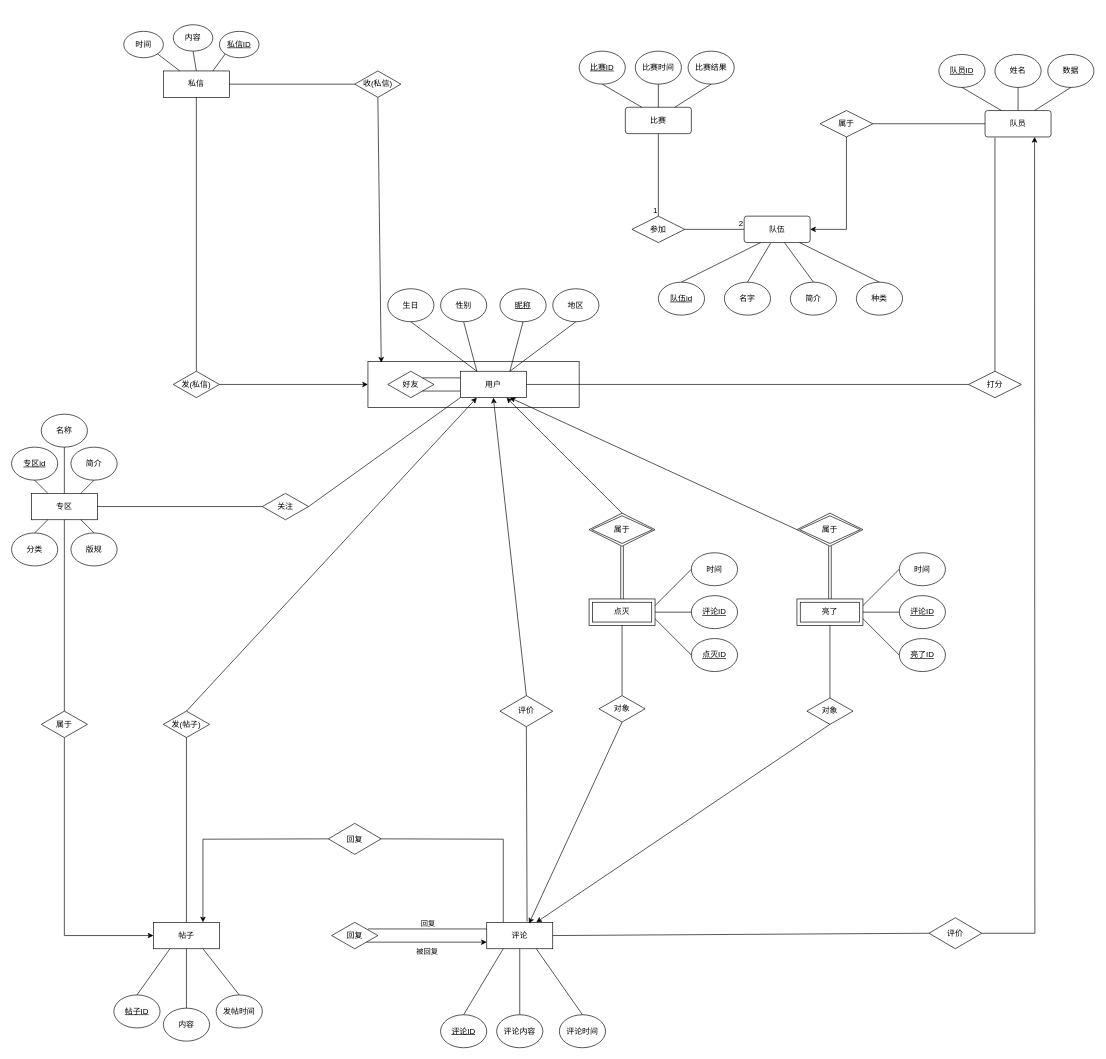
This is 虎扑ER.drawio from ssssszj/Drawio, a draw.io file, before an edit. Source tidied: cells renumbered, new cells numbered last; positions are measured from the earlier drawing's top-left corner, leaving out a move shared by most shapes. Both pictures are drawn from the tidied source at 66%, with x=0, y=0 at pixel (11, 24).
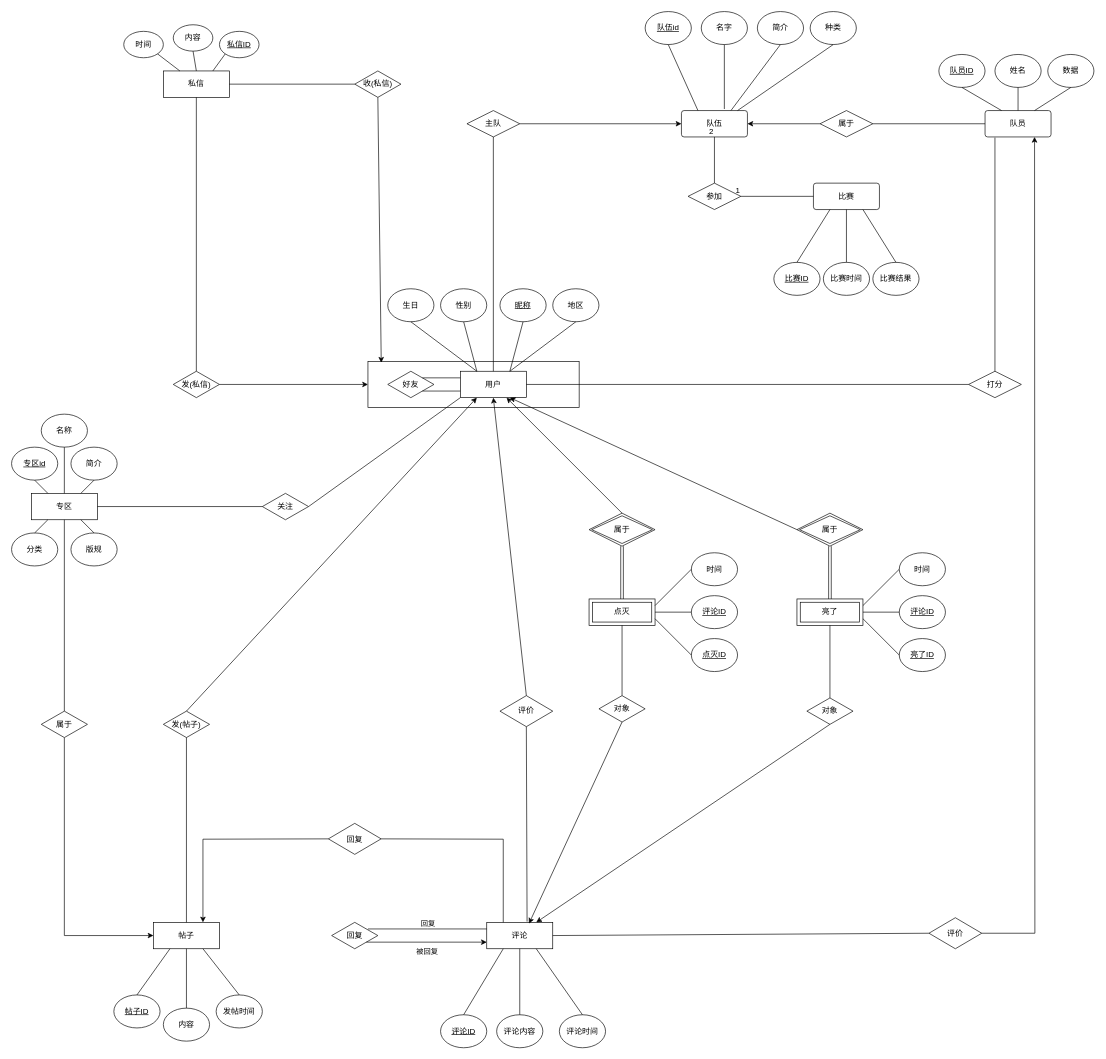
Above is the later version.

The change refers to these unchanged cells:
```xml
<mxCell id="3" value="用户" style="whiteSpace=wrap;html=1;align=center;" parent="1" vertex="1">
  <mxGeometry x="680" y="525" width="100" height="40" as="geometry" />
</mxCell>
<mxCell id="15" value="属于" style="rhombus;whiteSpace=wrap;html=1;" parent="1" vertex="1">
  <mxGeometry x="1225" y="130" width="80" height="40" as="geometry" />
</mxCell>
```

The edit, as a diff of the source:
```diff
@@
     <mxCell id="11" value="队伍" style="rounded=1;arcSize=10;whiteSpace=wrap;html=1;align=center;" parent="1" vertex="1">
-      <mxGeometry x="1110" y="290" width="100" height="40" as="geometry" />
+      <mxGeometry x="1015" y="130" width="100" height="40" as="geometry" />
     </mxCell>
@@
     <mxCell id="13" value="比赛" style="rounded=1;arcSize=10;whiteSpace=wrap;html=1;align=center;" parent="1" vertex="1">
-      <mxGeometry x="930" y="125" width="100" height="40" as="geometry" />
+      <mxGeometry x="1215" y="240" width="100" height="40" as="geometry" />
     </mxCell>
-    <mxCell id="14" style="edgeStyle=orthogonalEdgeStyle;rounded=0;jettySize=auto;html=1;exitX=0.5;exitY=1;exitDx=0;exitDy=0;entryX=1;entryY=0.5;entryDx=0;entryDy=0;" parent="1" edge="1" source="15" target="11">
+    <mxCell id="14" style="edgeStyle=orthogonalEdgeStyle;rounded=0;jettySize=auto;html=1;exitX=0;exitY=0.5;exitDx=0;exitDy=0;entryX=1;entryY=0.5;entryDx=0;entryDy=0;" parent="1" edge="1" source="15" target="11">
       <mxGeometry relative="1" as="geometry" />
     </mxCell>
@@
     <mxCell id="19" value="参加" style="rhombus;whiteSpace=wrap;html=1;" parent="1" vertex="1">
-      <mxGeometry x="940" y="290" width="80" height="40" as="geometry" />
+      <mxGeometry x="1025" y="240" width="80" height="40" as="geometry" />
     </mxCell>
-    <mxCell id="20" style="endArrow=none;html=1;rounded=0;exitX=0.5;exitY=1;exitDx=0;exitDy=0;" parent="1" edge="1" source="13" target="19">
+    <mxCell id="20" style="endArrow=none;html=1;rounded=0;exitX=0;exitY=0.5;exitDx=0;exitDy=0;entryX=1;entryY=0.5;entryDx=0;entryDy=0;" parent="1" edge="1" source="13" target="19">
       <mxGeometry relative="1" as="geometry" />
     </mxCell>
@@
-    <mxCell id="22" style="endArrow=none;html=1;rounded=0;exitX=1;exitY=0.5;exitDx=0;exitDy=0;entryX=0;entryY=0.5;entryDx=0;entryDy=0;" parent="1" edge="1" source="19" target="11">
+    <mxCell id="22" style="endArrow=none;html=1;rounded=0;exitX=0.5;exitY=0;exitDx=0;exitDy=0;entryX=0.5;entryY=1;entryDx=0;entryDy=0;" parent="1" edge="1" source="19" target="11">
       <mxGeometry relative="1" as="geometry" />
     </mxCell>
@@
     <mxCell id="123" value="简介" style="ellipse;whiteSpace=wrap;html=1;" parent="1" vertex="1">
-      <mxGeometry x="1180" y="390" width="70" height="50" as="geometry" />
+      <mxGeometry x="1130" y="-20" width="70" height="50" as="geometry" />
     </mxCell>
-    <mxCell id="124" style="endArrow=none;html=1;rounded=0;entryX=0.5;entryY=0;entryDx=0;entryDy=0;exitX=0.61;exitY=1;exitDx=0;exitDy=0;exitPerimeter=0;" parent="1" edge="1" source="11" target="123">
-      <mxGeometry relative="1" as="geometry" />
+    <mxCell id="124" style="endArrow=none;html=1;rounded=0;entryX=0.5;entryY=1;entryDx=0;entryDy=0;" parent="1" edge="1" target="123">
+      <mxGeometry relative="1" as="geometry">
+        <mxPoint x="1090" y="130" as="sourcePoint" />
+      </mxGeometry>
     </mxCell>
     <mxCell id="125" value="名字" style="ellipse;whiteSpace=wrap;html=1;" parent="1" vertex="1">
-      <mxGeometry x="1080" y="390" width="70" height="50" as="geometry" />
+      <mxGeometry x="1045" y="-20" width="70" height="50" as="geometry" />
     </mxCell>
-    <mxCell id="126" style="endArrow=none;html=1;rounded=0;entryX=0.5;entryY=0;entryDx=0;entryDy=0;exitX=0.4;exitY=1.025;exitDx=0;exitDy=0;exitPerimeter=0;" parent="1" edge="1" source="11" target="125">
+    <mxCell id="126" style="endArrow=none;html=1;rounded=0;entryX=0.5;entryY=1;entryDx=0;entryDy=0;exitX=0.65;exitY=-0.058;exitDx=0;exitDy=0;exitPerimeter=0;" parent="1" edge="1" source="11" target="125">
       <mxGeometry relative="1" as="geometry" />
     </mxCell>
     <mxCell id="127" value="种类" style="ellipse;whiteSpace=wrap;html=1;" parent="1" vertex="1">
-      <mxGeometry x="1280" y="390" width="70" height="50" as="geometry" />
+      <mxGeometry x="1210" y="-20" width="70" height="50" as="geometry" />
     </mxCell>
-    <mxCell id="128" style="endArrow=none;html=1;rounded=0;entryX=0.5;entryY=0;entryDx=0;entryDy=0;exitX=0.84;exitY=1;exitDx=0;exitDy=0;exitPerimeter=0;" parent="1" edge="1" source="11" target="127">
-      <mxGeometry relative="1" as="geometry" />
+    <mxCell id="128" style="endArrow=none;html=1;rounded=0;entryX=0.5;entryY=1;entryDx=0;entryDy=0;" parent="1" edge="1" target="127">
+      <mxGeometry relative="1" as="geometry">
+        <mxPoint x="1100" y="130" as="sourcePoint" />
+      </mxGeometry>
     </mxCell>
     <mxCell id="129" value="&lt;u&gt;队伍id&lt;/u&gt;" style="ellipse;whiteSpace=wrap;html=1;" parent="1" vertex="1">
-      <mxGeometry x="980" y="390" width="70" height="50" as="geometry" />
+      <mxGeometry x="960" y="-20" width="70" height="50" as="geometry" />
     </mxCell>
-    <mxCell id="130" style="endArrow=none;html=1;rounded=0;entryX=0.5;entryY=0;entryDx=0;entryDy=0;exitX=0.25;exitY=1;exitDx=0;exitDy=0;" parent="1" edge="1" source="11" target="129">
+    <mxCell id="130" style="endArrow=none;html=1;rounded=0;entryX=0.5;entryY=1;entryDx=0;entryDy=0;exitX=0.25;exitY=0;exitDx=0;exitDy=0;" parent="1" edge="1" source="11" target="129">
       <mxGeometry relative="1" as="geometry" />
     </mxCell>
     <mxCell id="131" value="&lt;u&gt;比赛ID&lt;/u&gt;" style="ellipse;whiteSpace=wrap;html=1;" parent="1" vertex="1">
-      <mxGeometry x="860" y="40" width="70" height="50" as="geometry" />
+      <mxGeometry x="1155" y="360" width="70" height="50" as="geometry" />
     </mxCell>
-    <mxCell id="132" style="endArrow=none;html=1;rounded=0;entryX=0.5;entryY=1;entryDx=0;entryDy=0;exitX=0.25;exitY=0;exitDx=0;exitDy=0;" parent="1" edge="1" target="131">
-      <mxGeometry relative="1" as="geometry">
-        <mxPoint x="955" y="125" as="sourcePoint" />
-      </mxGeometry>
+    <mxCell id="132" style="endArrow=none;html=1;rounded=0;entryX=0.5;entryY=0;entryDx=0;entryDy=0;exitX=0.25;exitY=1;exitDx=0;exitDy=0;" parent="1" edge="1" source="13" target="131">
+      <mxGeometry relative="1" as="geometry" />
     </mxCell>
     <mxCell id="133" value="比赛时间" style="ellipse;whiteSpace=wrap;html=1;" parent="1" vertex="1">
-      <mxGeometry x="945" y="40" width="70" height="50" as="geometry" />
+      <mxGeometry x="1230" y="360" width="70" height="50" as="geometry" />
     </mxCell>
-    <mxCell id="134" style="endArrow=none;html=1;rounded=0;entryX=0.5;entryY=1;entryDx=0;entryDy=0;exitX=0.5;exitY=0;exitDx=0;exitDy=0;" parent="1" edge="1" target="133">
-      <mxGeometry relative="1" as="geometry">
-        <mxPoint x="980" y="125" as="sourcePoint" />
-      </mxGeometry>
+    <mxCell id="134" style="endArrow=none;html=1;rounded=0;entryX=0.5;entryY=0;entryDx=0;entryDy=0;exitX=0.5;exitY=1;exitDx=0;exitDy=0;" parent="1" edge="1" source="13" target="133">
+      <mxGeometry relative="1" as="geometry" />
     </mxCell>
     <mxCell id="135" value="比赛结果" style="ellipse;whiteSpace=wrap;html=1;" parent="1" vertex="1">
-      <mxGeometry x="1025" y="40" width="70" height="50" as="geometry" />
+      <mxGeometry x="1305" y="360" width="70" height="50" as="geometry" />
     </mxCell>
-    <mxCell id="136" style="endArrow=none;html=1;rounded=0;entryX=0.5;entryY=1;entryDx=0;entryDy=0;exitX=0.75;exitY=0;exitDx=0;exitDy=0;" parent="1" edge="1" target="135">
-      <mxGeometry relative="1" as="geometry">
-        <mxPoint x="1005" y="125" as="sourcePoint" />
-      </mxGeometry>
+    <mxCell id="136" style="endArrow=none;html=1;rounded=0;entryX=0.5;entryY=0;entryDx=0;entryDy=0;exitX=0.75;exitY=1;exitDx=0;exitDy=0;" parent="1" edge="1" source="13" target="135">
+      <mxGeometry relative="1" as="geometry" />
     </mxCell>
@@
+    <mxCell id="138" value="主队" style="rhombus;whiteSpace=wrap;html=1;" parent="1" vertex="1">
+      <mxGeometry x="690" y="130" width="80" height="40" as="geometry" />
+    </mxCell>
+    <mxCell id="139" style="endArrow=none;html=1;rounded=0;entryX=0.5;entryY=1;entryDx=0;entryDy=0;exitX=0.5;exitY=0;exitDx=0;exitDy=0;" parent="1" edge="1" source="3" target="138">
+      <mxGeometry relative="1" as="geometry" />
+    </mxCell>
+    <mxCell id="140" style="endArrow=classic;html=1;rounded=0;entryX=0;entryY=0.5;entryDx=0;entryDy=0;exitX=1;exitY=0.5;exitDx=0;exitDy=0;" parent="1" edge="1" source="138" target="11">
+      <mxGeometry relative="1" as="geometry" />
+    </mxCell>
```
